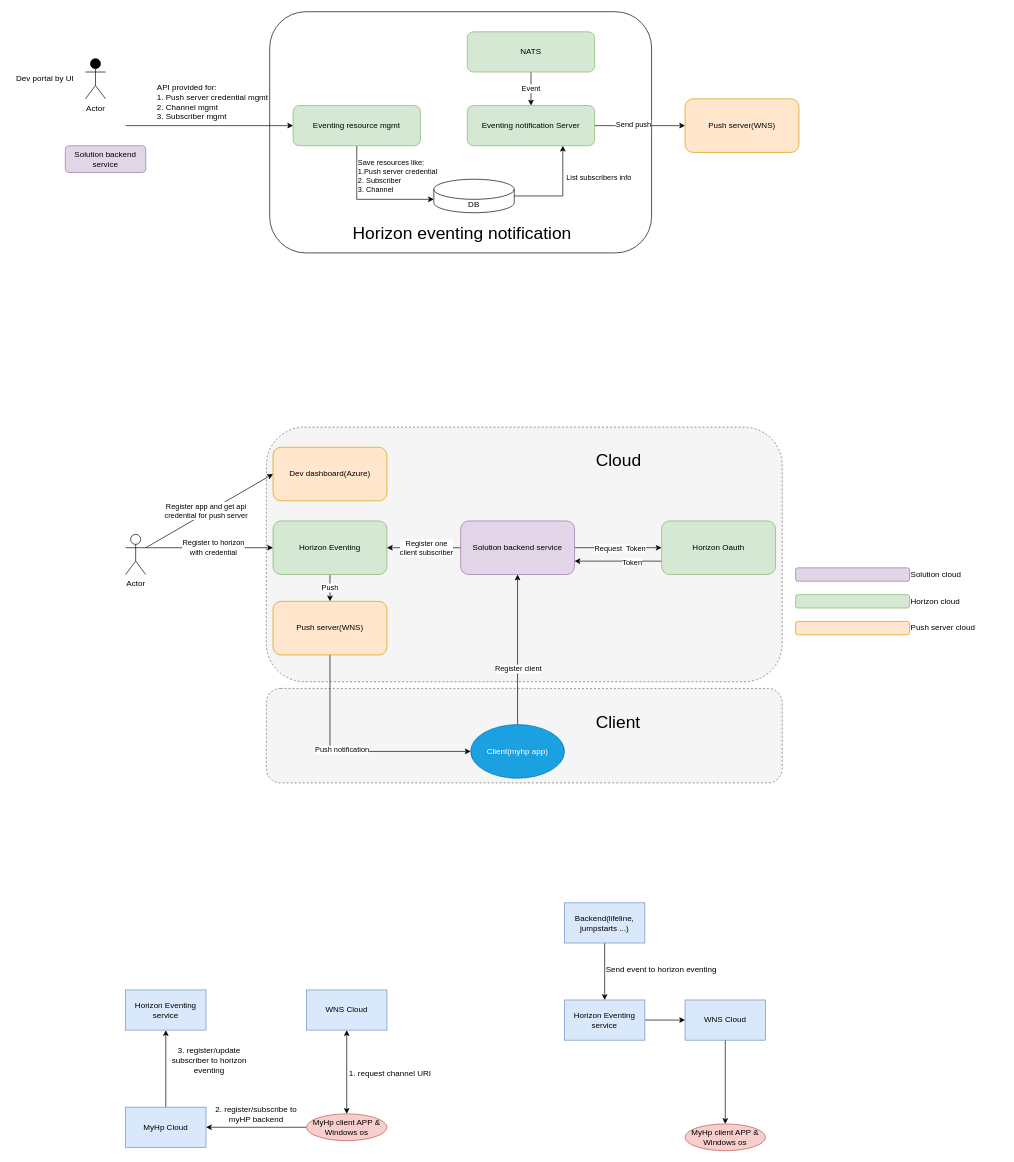
Above: page "PushNotification" (8 of 10) of HP/horizon_eventing.drawio in zhangwm1987/mydraw_io (draw.io), before the change. Source tidied: cells renumbered, new cells numbered last; positions are measured from the earlier drawing's top-left corner, leaving out a move shared by most shapes. Both pictures are drawn from the tidied source at 67%, with x=0, y=0 at pixel (11, 11).
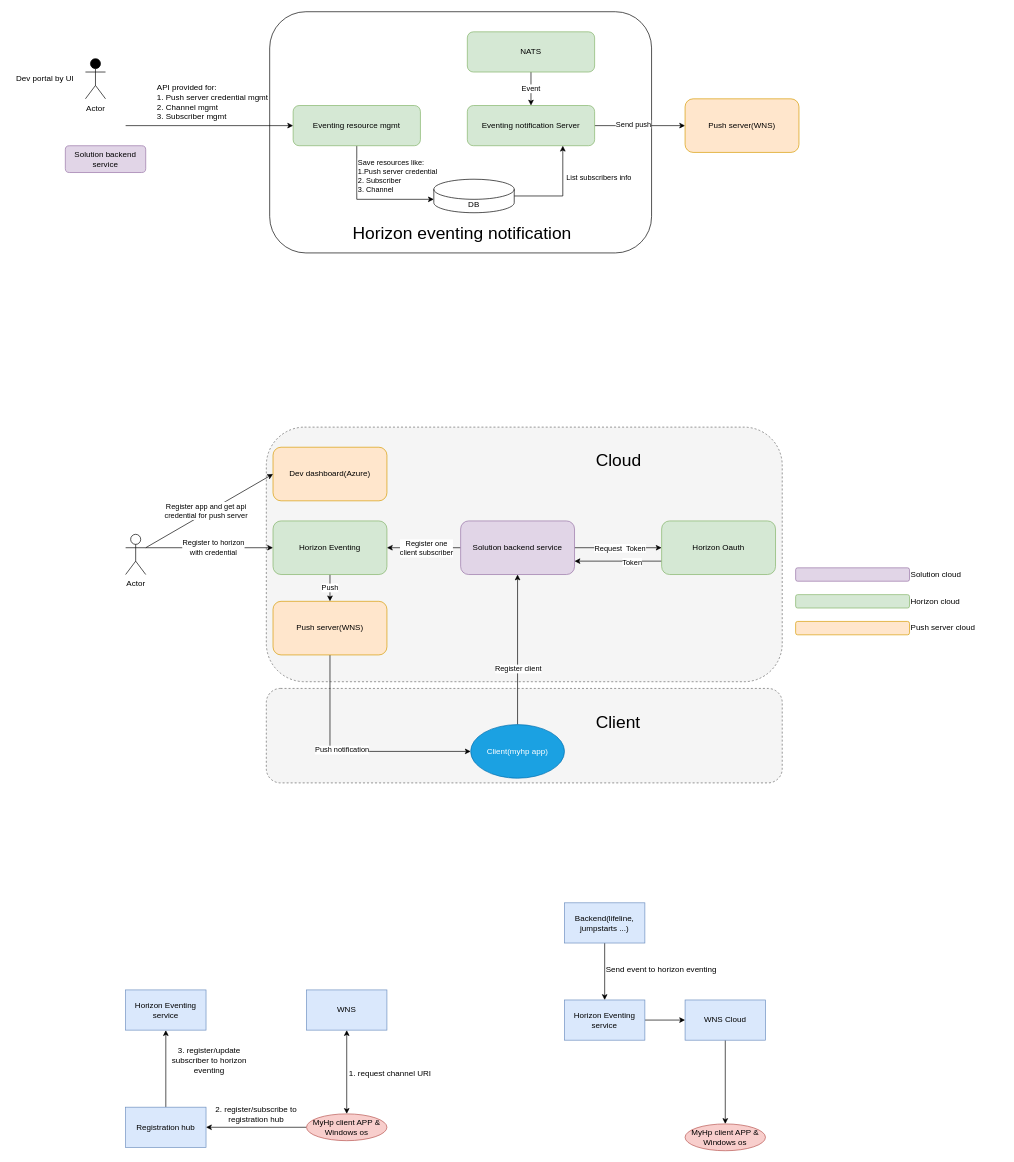
After the change.

What changed in the source:
```diff
@@
-    <mxCell id="5" value="WNS Cloud" style="rounded=0;whiteSpace=wrap;html=1;fillColor=#dae8fc;strokeColor=#6c8ebf;" parent="1" vertex="1">
+    <mxCell id="5" value="WNS" style="rounded=0;whiteSpace=wrap;html=1;fillColor=#dae8fc;strokeColor=#6c8ebf;" parent="1" vertex="1">
       <mxGeometry x="440" y="1460" width="120" height="60" as="geometry" />
     </mxCell>
@@
-    <mxCell id="7" value="MyHp Cloud" style="rounded=0;whiteSpace=wrap;html=1;fillColor=#dae8fc;strokeColor=#6c8ebf;" parent="1" vertex="1">
+    <mxCell id="7" value="Registration hub" style="rounded=0;whiteSpace=wrap;html=1;fillColor=#dae8fc;strokeColor=#6c8ebf;" parent="1" vertex="1">
       <mxGeometry x="170" y="1635" width="120" height="60" as="geometry" />
     </mxCell>
@@
-    <mxCell id="13" value="2. register/subscribe to myHP backend" style="text;html=1;strokeColor=none;fillColor=none;align=center;verticalAlign=middle;whiteSpace=wrap;rounded=0;" parent="1" vertex="1">
+    <mxCell id="13" value="2. register/subscribe to registration hub" style="text;html=1;strokeColor=none;fillColor=none;align=center;verticalAlign=middle;whiteSpace=wrap;rounded=0;" parent="1" vertex="1">
       <mxGeometry x="300" y="1635" width="130" height="20" as="geometry" />
     </mxCell>
```
